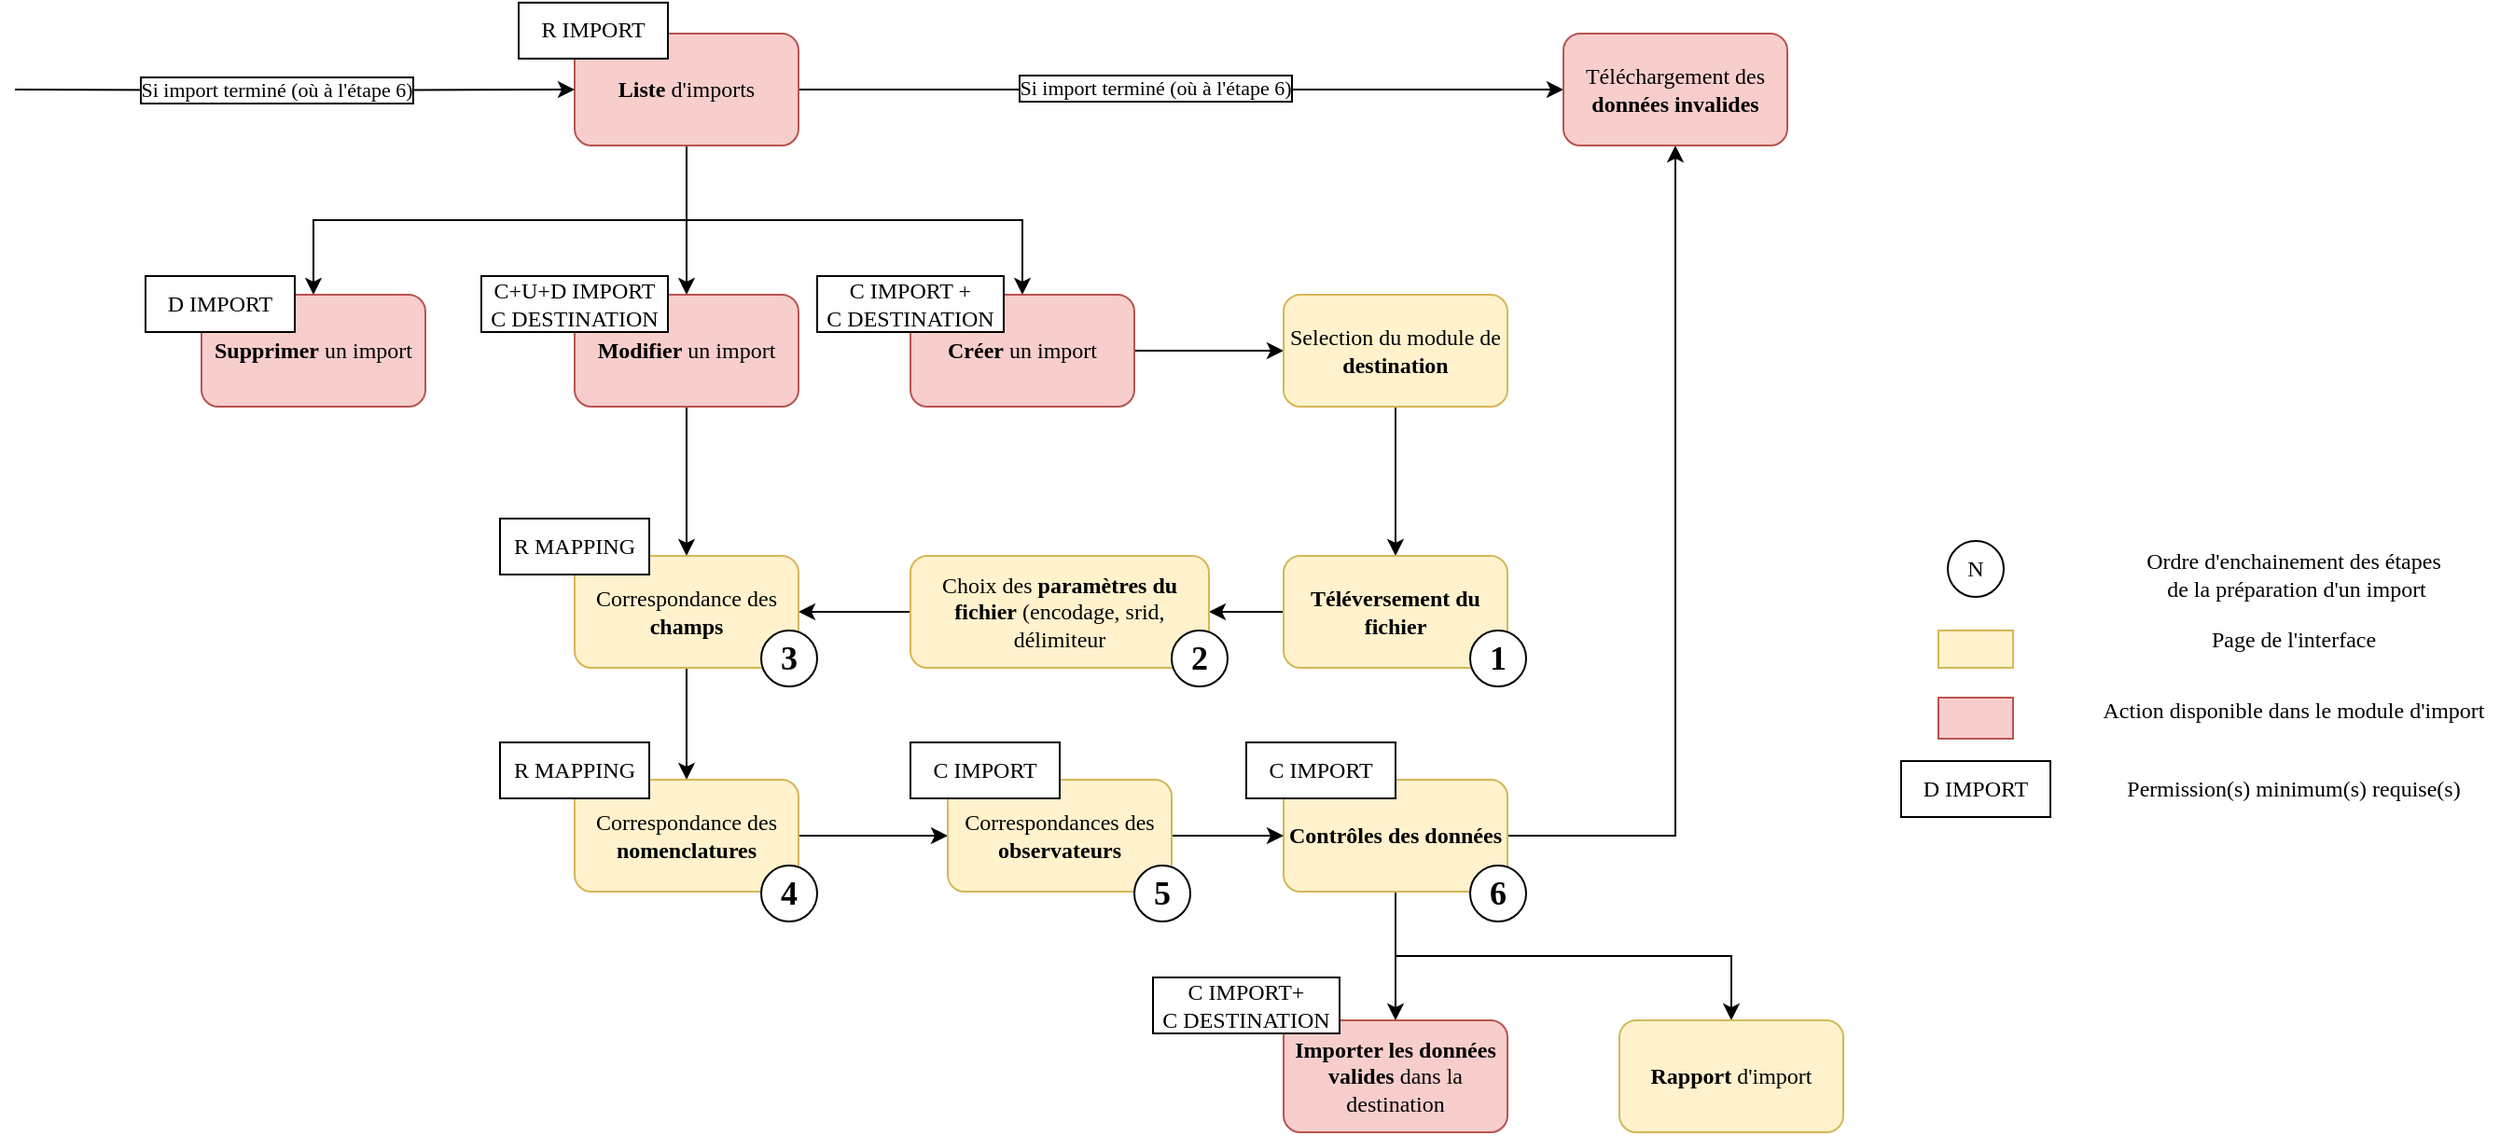
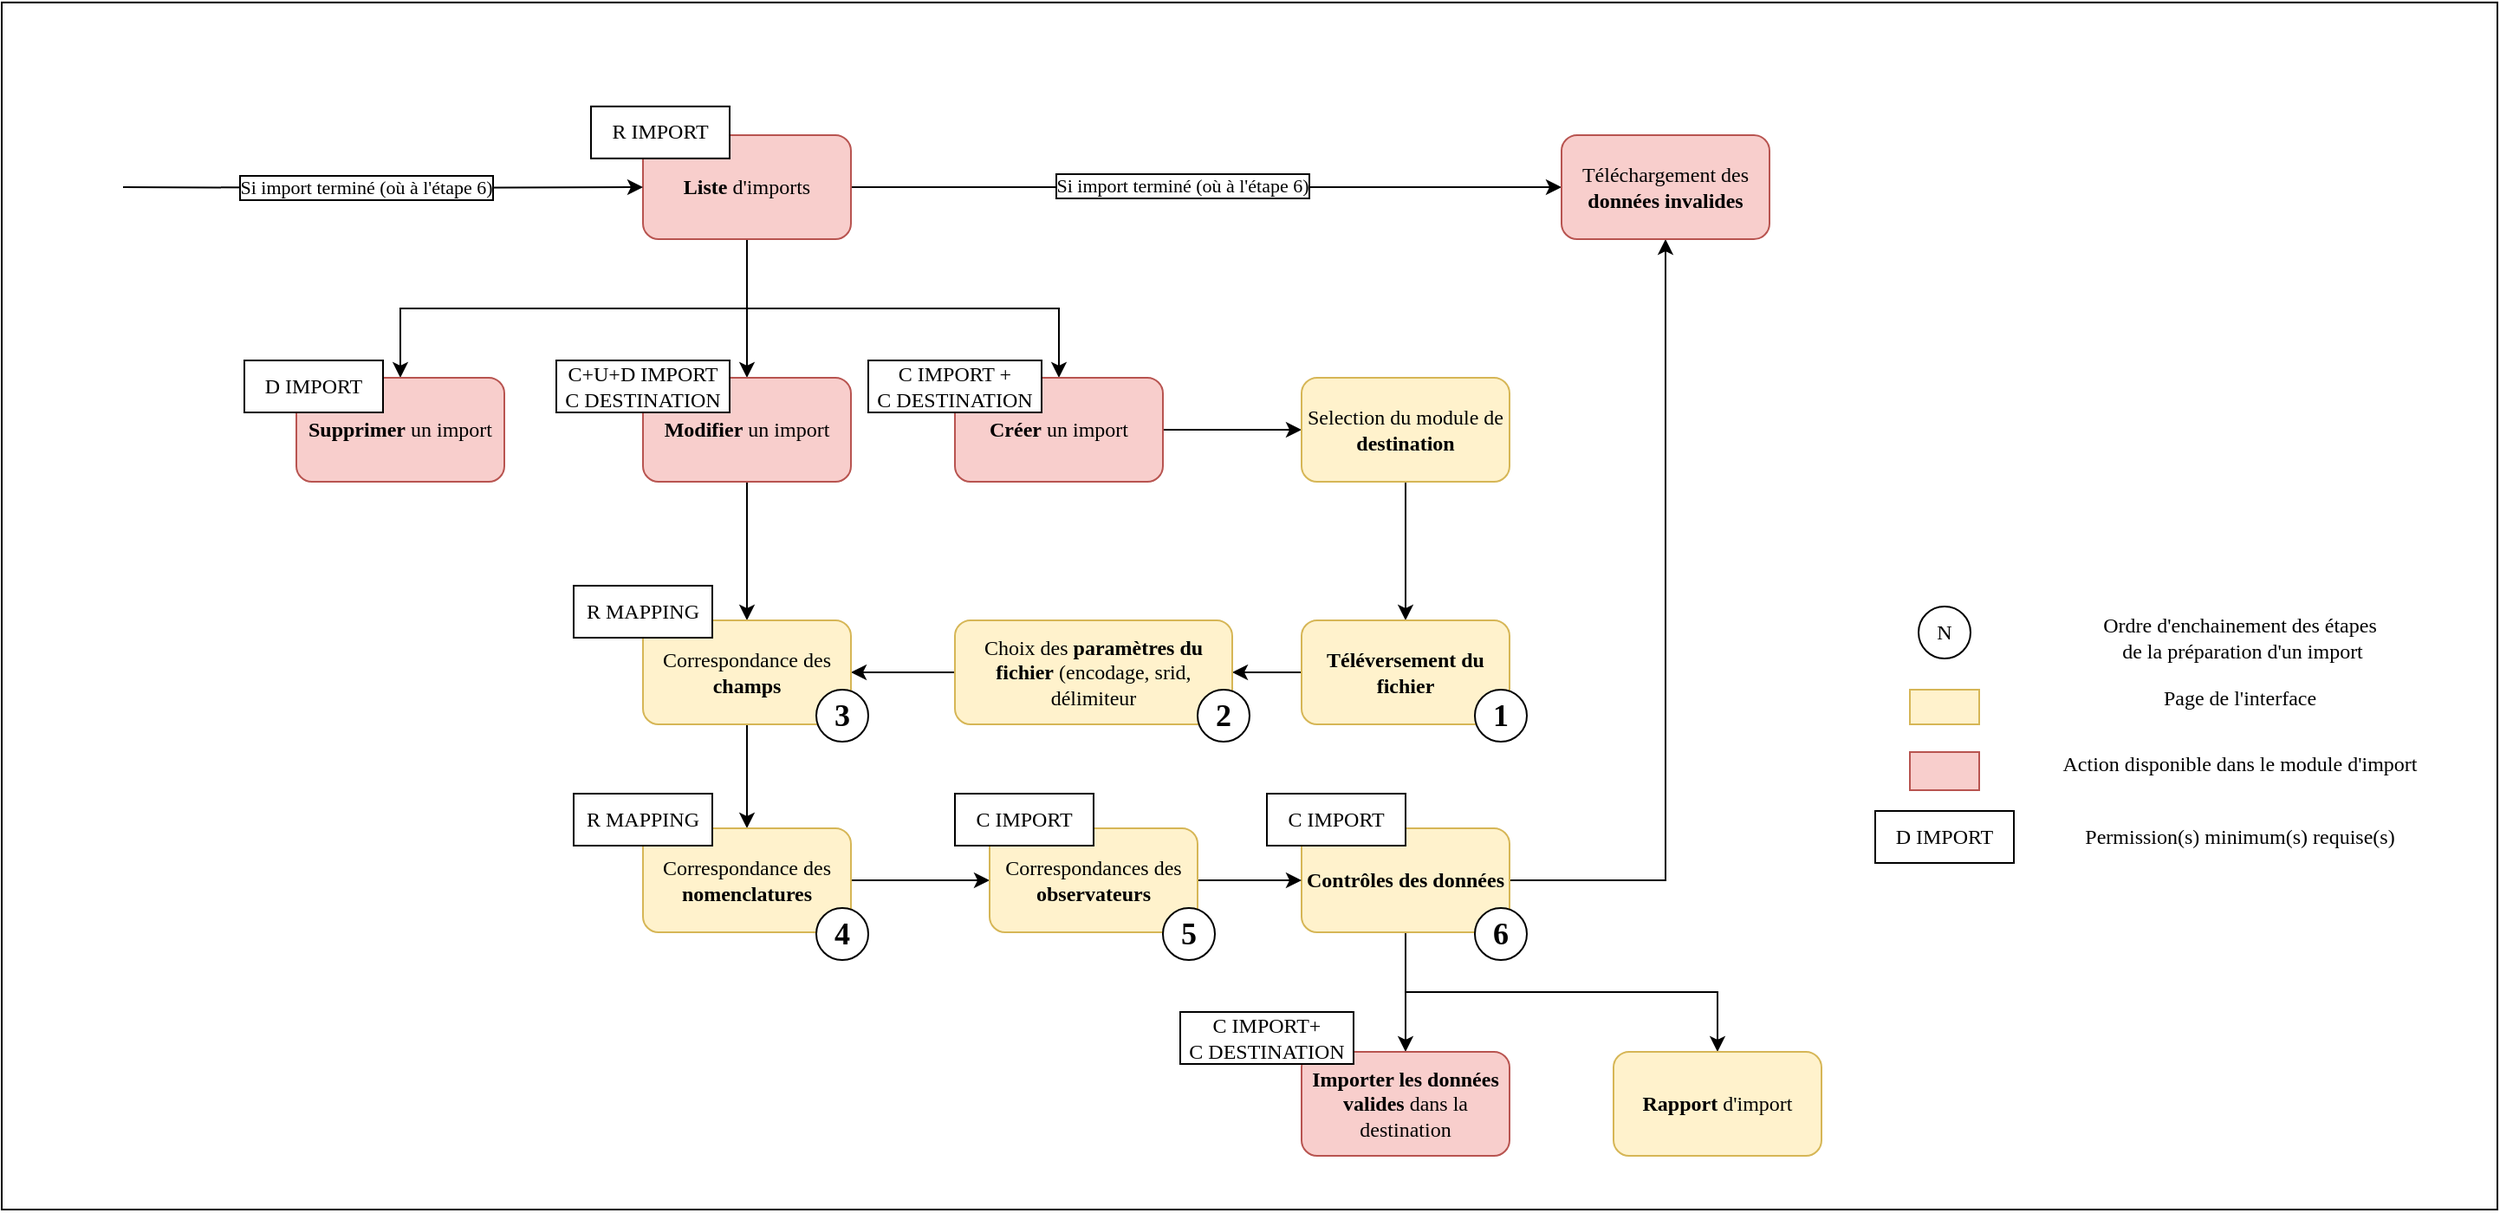
- <mxfile host="Electron" modified="2026-01-08T10:15:53.113Z" agent="Mozilla/5.0 (X11; Linux x86_64) AppleWebKit/537.36 (KHTML, like Gecko) draw.io/24.2.5 Chrome/120.0.6099.109 Electron/28.1.0 Safari/537.36" etag="u29rmzPK5PKaZyWvJxGp" version="24.2.5" type="device">
+ <mxfile host="Electron" modified="2026-01-08T15:01:34.608Z" agent="Mozilla/5.0 (X11; Linux x86_64) AppleWebKit/537.36 (KHTML, like Gecko) draw.io/24.2.5 Chrome/120.0.6099.109 Electron/28.1.0 Safari/537.36" etag="Pqr1VbAL9ijJPpDldwPa" version="24.2.5" type="device">
  <diagram name="Page-1" id="nxB41D-jDEojE_lgidAW">
    <mxGraphModel dx="2514" dy="1100" grid="1" gridSize="10" guides="1" tooltips="1" connect="1" arrows="1" fold="1" page="1" pageScale="1" pageWidth="827" pageHeight="1169" math="0" shadow="0">
      <root>
        <mxCell id="0" />
        <mxCell id="1" parent="0" />
+         <mxCell id="14fbXZj4njXUqAHOYruU-5" value="" style="rounded=0;whiteSpace=wrap;html=1;" vertex="1" parent="1">
+           <mxGeometry x="-170" y="503.42" width="1440" height="696.58" as="geometry" />
+         </mxCell>
        <mxCell id="y0XumdZSYtDTSBpG5wSa-9" style="edgeStyle=orthogonalEdgeStyle;rounded=0;orthogonalLoop=1;jettySize=auto;html=1;exitX=0.5;exitY=1;exitDx=0;exitDy=0;entryX=0.5;entryY=0;entryDx=0;entryDy=0;fontFamily=Afacad;shadow=0;" parent="1" source="y0XumdZSYtDTSBpG5wSa-3" target="y0XumdZSYtDTSBpG5wSa-6" edge="1">
          <mxGeometry relative="1" as="geometry" />
        </mxCell>
        <mxCell id="y0XumdZSYtDTSBpG5wSa-10" style="edgeStyle=orthogonalEdgeStyle;rounded=0;orthogonalLoop=1;jettySize=auto;html=1;exitX=0.5;exitY=1;exitDx=0;exitDy=0;entryX=0.5;entryY=0;entryDx=0;entryDy=0;fontFamily=Afacad;shadow=0;" parent="1" source="y0XumdZSYtDTSBpG5wSa-3" target="y0XumdZSYtDTSBpG5wSa-7" edge="1">
          <mxGeometry relative="1" as="geometry" />
        </mxCell>
        <mxCell id="y0XumdZSYtDTSBpG5wSa-11" style="edgeStyle=orthogonalEdgeStyle;rounded=0;orthogonalLoop=1;jettySize=auto;html=1;exitX=0.5;exitY=1;exitDx=0;exitDy=0;entryX=0.5;entryY=0;entryDx=0;entryDy=0;fontFamily=Afacad;shadow=0;" parent="1" source="y0XumdZSYtDTSBpG5wSa-3" target="y0XumdZSYtDTSBpG5wSa-8" edge="1">
          <mxGeometry relative="1" as="geometry" />
        </mxCell>
        <mxCell id="y0XumdZSYtDTSBpG5wSa-32" style="edgeStyle=orthogonalEdgeStyle;rounded=0;orthogonalLoop=1;jettySize=auto;html=1;exitX=1;exitY=0.5;exitDx=0;exitDy=0;fontFamily=Afacad;shadow=0;" parent="1" source="y0XumdZSYtDTSBpG5wSa-3" target="y0XumdZSYtDTSBpG5wSa-20" edge="1">
          <mxGeometry relative="1" as="geometry" />
        </mxCell>
        <mxCell id="14fbXZj4njXUqAHOYruU-1" value="Si import terminé (où à l&#39;étape 6)" style="edgeLabel;html=1;align=center;verticalAlign=middle;resizable=0;points=[];labelBorderColor=default;fontFamily=Afacad;" vertex="1" connectable="0" parent="y0XumdZSYtDTSBpG5wSa-32">
          <mxGeometry x="-0.0697" y="1" relative="1" as="geometry">
            <mxPoint as="offset" />
          </mxGeometry>
        </mxCell>
        <mxCell id="y0XumdZSYtDTSBpG5wSa-3" value="&lt;b&gt;Liste&lt;/b&gt; d&#39;imports" style="rounded=1;whiteSpace=wrap;html=1;fillColor=#f8cecc;strokeColor=#b85450;fontFamily=Afacad;shadow=0;" parent="1" vertex="1">
          <mxGeometry x="200" y="580" width="120" height="60" as="geometry" />
        </mxCell>
        <mxCell id="y0XumdZSYtDTSBpG5wSa-23" style="edgeStyle=orthogonalEdgeStyle;rounded=0;orthogonalLoop=1;jettySize=auto;html=1;exitX=1;exitY=0.5;exitDx=0;exitDy=0;entryX=0;entryY=0.5;entryDx=0;entryDy=0;fontFamily=Afacad;shadow=0;" parent="1" source="y0XumdZSYtDTSBpG5wSa-6" target="y0XumdZSYtDTSBpG5wSa-12" edge="1">
          <mxGeometry relative="1" as="geometry" />
        </mxCell>
        <mxCell id="y0XumdZSYtDTSBpG5wSa-6" value="&lt;b&gt;Créer&lt;/b&gt; un import" style="rounded=1;whiteSpace=wrap;html=1;fillColor=#f8cecc;strokeColor=#b85450;fontFamily=Afacad;shadow=0;" parent="1" vertex="1">
          <mxGeometry x="380" y="720" width="120" height="60" as="geometry" />
        </mxCell>
        <mxCell id="y0XumdZSYtDTSBpG5wSa-22" style="edgeStyle=orthogonalEdgeStyle;rounded=0;orthogonalLoop=1;jettySize=auto;html=1;exitX=0.5;exitY=1;exitDx=0;exitDy=0;entryX=0.5;entryY=0;entryDx=0;entryDy=0;fontFamily=Afacad;shadow=0;" parent="1" source="y0XumdZSYtDTSBpG5wSa-7" target="y0XumdZSYtDTSBpG5wSa-15" edge="1">
          <mxGeometry relative="1" as="geometry" />
        </mxCell>
        <mxCell id="y0XumdZSYtDTSBpG5wSa-7" value="&lt;b&gt;Modifier&lt;/b&gt; un import" style="rounded=1;whiteSpace=wrap;html=1;fillColor=#f8cecc;strokeColor=#b85450;fontFamily=Afacad;shadow=0;" parent="1" vertex="1">
          <mxGeometry x="200" y="720" width="120" height="60" as="geometry" />
        </mxCell>
        <mxCell id="y0XumdZSYtDTSBpG5wSa-8" value="&lt;b&gt;Supprimer&lt;/b&gt; un import" style="rounded=1;whiteSpace=wrap;html=1;fillColor=#f8cecc;strokeColor=#b85450;fontFamily=Afacad;shadow=0;" parent="1" vertex="1">
          <mxGeometry y="720" width="120" height="60" as="geometry" />
        </mxCell>
        <mxCell id="y0XumdZSYtDTSBpG5wSa-24" style="edgeStyle=orthogonalEdgeStyle;rounded=0;orthogonalLoop=1;jettySize=auto;html=1;exitX=0.5;exitY=1;exitDx=0;exitDy=0;entryX=0.5;entryY=0;entryDx=0;entryDy=0;fontFamily=Afacad;shadow=0;" parent="1" source="y0XumdZSYtDTSBpG5wSa-12" target="y0XumdZSYtDTSBpG5wSa-13" edge="1">
          <mxGeometry relative="1" as="geometry" />
        </mxCell>
        <mxCell id="y0XumdZSYtDTSBpG5wSa-12" value="Selection du module de &lt;b&gt;destination&lt;/b&gt;" style="rounded=1;whiteSpace=wrap;html=1;fillColor=#fff2cc;strokeColor=#d6b656;fontFamily=Afacad;shadow=0;" parent="1" vertex="1">
          <mxGeometry x="580" y="720" width="120" height="60" as="geometry" />
        </mxCell>
        <mxCell id="y0XumdZSYtDTSBpG5wSa-25" style="edgeStyle=orthogonalEdgeStyle;rounded=0;orthogonalLoop=1;jettySize=auto;html=1;exitX=0;exitY=0.5;exitDx=0;exitDy=0;entryX=1;entryY=0.5;entryDx=0;entryDy=0;fontFamily=Afacad;shadow=0;" parent="1" source="y0XumdZSYtDTSBpG5wSa-13" target="y0XumdZSYtDTSBpG5wSa-14" edge="1">
          <mxGeometry relative="1" as="geometry" />
        </mxCell>
        <mxCell id="y0XumdZSYtDTSBpG5wSa-13" value="&lt;b&gt;Téléversement du fichier&lt;/b&gt;" style="rounded=1;whiteSpace=wrap;html=1;fillColor=#fff2cc;strokeColor=#d6b656;fontFamily=Afacad;shadow=0;" parent="1" vertex="1">
          <mxGeometry x="580" y="860" width="120" height="60" as="geometry" />
        </mxCell>
        <mxCell id="y0XumdZSYtDTSBpG5wSa-26" style="edgeStyle=orthogonalEdgeStyle;rounded=0;orthogonalLoop=1;jettySize=auto;html=1;exitX=0;exitY=0.5;exitDx=0;exitDy=0;entryX=1;entryY=0.5;entryDx=0;entryDy=0;fontFamily=Afacad;shadow=0;" parent="1" source="y0XumdZSYtDTSBpG5wSa-14" target="y0XumdZSYtDTSBpG5wSa-15" edge="1">
          <mxGeometry relative="1" as="geometry" />
        </mxCell>
        <mxCell id="y0XumdZSYtDTSBpG5wSa-14" value="Choix des &lt;b&gt;paramètres du fichier&lt;/b&gt; (encodage, srid, délimiteur" style="rounded=1;whiteSpace=wrap;html=1;fillColor=#fff2cc;strokeColor=#d6b656;fontFamily=Afacad;shadow=0;" parent="1" vertex="1">
          <mxGeometry x="380" y="860" width="160" height="60" as="geometry" />
        </mxCell>
        <mxCell id="y0XumdZSYtDTSBpG5wSa-27" style="edgeStyle=orthogonalEdgeStyle;rounded=0;orthogonalLoop=1;jettySize=auto;html=1;exitX=0.5;exitY=1;exitDx=0;exitDy=0;entryX=0.5;entryY=0;entryDx=0;entryDy=0;fontFamily=Afacad;shadow=0;" parent="1" source="y0XumdZSYtDTSBpG5wSa-15" target="y0XumdZSYtDTSBpG5wSa-16" edge="1">
          <mxGeometry relative="1" as="geometry" />
        </mxCell>
        <mxCell id="y0XumdZSYtDTSBpG5wSa-15" value="Correspondance des &lt;b&gt;champs&lt;/b&gt;" style="rounded=1;whiteSpace=wrap;html=1;fillColor=#fff2cc;strokeColor=#d6b656;fontFamily=Afacad;shadow=0;" parent="1" vertex="1">
          <mxGeometry x="200" y="860" width="120" height="60" as="geometry" />
        </mxCell>
        <mxCell id="y0XumdZSYtDTSBpG5wSa-28" style="edgeStyle=orthogonalEdgeStyle;rounded=0;orthogonalLoop=1;jettySize=auto;html=1;exitX=1;exitY=0.5;exitDx=0;exitDy=0;entryX=0;entryY=0.5;entryDx=0;entryDy=0;fontFamily=Afacad;shadow=0;" parent="1" source="y0XumdZSYtDTSBpG5wSa-16" target="y0XumdZSYtDTSBpG5wSa-21" edge="1">
          <mxGeometry relative="1" as="geometry" />
        </mxCell>
        <mxCell id="y0XumdZSYtDTSBpG5wSa-16" value="Correspondance des &lt;b&gt;nomenclatures&lt;/b&gt;" style="rounded=1;whiteSpace=wrap;html=1;fillColor=#fff2cc;strokeColor=#d6b656;fontFamily=Afacad;shadow=0;" parent="1" vertex="1">
          <mxGeometry x="200" y="980" width="120" height="60" as="geometry" />
        </mxCell>
        <mxCell id="y0XumdZSYtDTSBpG5wSa-30" style="edgeStyle=orthogonalEdgeStyle;rounded=0;orthogonalLoop=1;jettySize=auto;html=1;exitX=0.5;exitY=1;exitDx=0;exitDy=0;entryX=0.5;entryY=0;entryDx=0;entryDy=0;fontFamily=Afacad;shadow=0;" parent="1" source="y0XumdZSYtDTSBpG5wSa-17" target="y0XumdZSYtDTSBpG5wSa-18" edge="1">
          <mxGeometry relative="1" as="geometry" />
        </mxCell>
        <mxCell id="y0XumdZSYtDTSBpG5wSa-31" style="edgeStyle=orthogonalEdgeStyle;rounded=0;orthogonalLoop=1;jettySize=auto;html=1;exitX=0.5;exitY=1;exitDx=0;exitDy=0;entryX=0.5;entryY=0;entryDx=0;entryDy=0;fontFamily=Afacad;shadow=0;" parent="1" source="y0XumdZSYtDTSBpG5wSa-17" target="y0XumdZSYtDTSBpG5wSa-19" edge="1">
          <mxGeometry relative="1" as="geometry" />
        </mxCell>
        <mxCell id="y0XumdZSYtDTSBpG5wSa-33" style="edgeStyle=orthogonalEdgeStyle;rounded=0;orthogonalLoop=1;jettySize=auto;html=1;exitX=1;exitY=0.5;exitDx=0;exitDy=0;entryX=0.5;entryY=1;entryDx=0;entryDy=0;fontFamily=Afacad;shadow=0;" parent="1" source="y0XumdZSYtDTSBpG5wSa-17" target="y0XumdZSYtDTSBpG5wSa-20" edge="1">
          <mxGeometry relative="1" as="geometry" />
        </mxCell>
        <mxCell id="y0XumdZSYtDTSBpG5wSa-17" value="&lt;b&gt;Contrôles des données&lt;/b&gt;" style="rounded=1;whiteSpace=wrap;html=1;fillColor=#fff2cc;strokeColor=#d6b656;fontFamily=Afacad;shadow=0;" parent="1" vertex="1">
          <mxGeometry x="580" y="980" width="120" height="60" as="geometry" />
        </mxCell>
        <mxCell id="y0XumdZSYtDTSBpG5wSa-18" value="&lt;b&gt;Importer les données valides&lt;/b&gt; dans la destination" style="rounded=1;whiteSpace=wrap;html=1;fillColor=#f8cecc;strokeColor=#b85450;fontFamily=Afacad;shadow=0;" parent="1" vertex="1">
          <mxGeometry x="580" y="1109" width="120" height="60" as="geometry" />
        </mxCell>
        <mxCell id="y0XumdZSYtDTSBpG5wSa-19" value="&lt;b&gt;Rapport&lt;/b&gt; d&#39;import" style="rounded=1;whiteSpace=wrap;html=1;fillColor=#fff2cc;strokeColor=#d6b656;fontFamily=Afacad;shadow=0;" parent="1" vertex="1">
          <mxGeometry x="760" y="1109" width="120" height="60" as="geometry" />
        </mxCell>
        <mxCell id="y0XumdZSYtDTSBpG5wSa-20" value="Téléchargement des &lt;b&gt;données invalides&lt;/b&gt;" style="rounded=1;whiteSpace=wrap;html=1;fillColor=#f8cecc;strokeColor=#b85450;fontFamily=Afacad;shadow=0;" parent="1" vertex="1">
          <mxGeometry x="730" y="580" width="120" height="60" as="geometry" />
        </mxCell>
        <mxCell id="y0XumdZSYtDTSBpG5wSa-29" style="edgeStyle=orthogonalEdgeStyle;rounded=0;orthogonalLoop=1;jettySize=auto;html=1;exitX=1;exitY=0.5;exitDx=0;exitDy=0;entryX=0;entryY=0.5;entryDx=0;entryDy=0;fontFamily=Afacad;shadow=0;" parent="1" source="y0XumdZSYtDTSBpG5wSa-21" target="y0XumdZSYtDTSBpG5wSa-17" edge="1">
          <mxGeometry relative="1" as="geometry" />
        </mxCell>
        <mxCell id="y0XumdZSYtDTSBpG5wSa-21" value="Correspondances des &lt;b&gt;observateurs&lt;/b&gt;" style="rounded=1;whiteSpace=wrap;html=1;fillColor=#fff2cc;strokeColor=#d6b656;fontFamily=Afacad;shadow=0;" parent="1" vertex="1">
          <mxGeometry x="400" y="980" width="120" height="60" as="geometry" />
        </mxCell>
        <mxCell id="y0XumdZSYtDTSBpG5wSa-34" value="N" style="ellipse;whiteSpace=wrap;html=1;fontFamily=Afacad;shadow=0;" parent="1" vertex="1">
          <mxGeometry x="936" y="852" width="30" height="30" as="geometry" />
        </mxCell>
        <mxCell id="y0XumdZSYtDTSBpG5wSa-35" value="Ordre d&#39;enchainement des étapes&lt;div&gt;&amp;nbsp;de la préparation d&#39;un import&lt;/div&gt;" style="text;html=1;align=center;verticalAlign=middle;resizable=0;points=[];autosize=1;strokeColor=none;fillColor=none;fontFamily=Afacad;shadow=0;" parent="1" vertex="1">
          <mxGeometry x="1031" y="850" width="180" height="40" as="geometry" />
        </mxCell>
        <mxCell id="y0XumdZSYtDTSBpG5wSa-36" value="Page de l&#39;interface" style="text;html=1;align=center;verticalAlign=middle;resizable=0;points=[];autosize=1;strokeColor=none;fillColor=none;fontFamily=Afacad;shadow=0;" parent="1" vertex="1">
          <mxGeometry x="1066" y="890" width="110" height="30" as="geometry" />
        </mxCell>
        <mxCell id="y0XumdZSYtDTSBpG5wSa-37" value="Action disponible dans le module d&#39;import" style="text;html=1;align=center;verticalAlign=middle;resizable=0;points=[];autosize=1;strokeColor=none;fillColor=none;fontFamily=Afacad;shadow=0;" parent="1" vertex="1">
          <mxGeometry x="1011" y="928" width="220" height="30" as="geometry" />
        </mxCell>
        <mxCell id="y0XumdZSYtDTSBpG5wSa-40" value="Permission(s) minimum(s) requise(s)" style="text;html=1;align=center;verticalAlign=middle;resizable=0;points=[];autosize=1;strokeColor=none;fillColor=none;fontFamily=Afacad;shadow=0;" parent="1" vertex="1">
          <mxGeometry x="1021" y="970" width="200" height="30" as="geometry" />
        </mxCell>
        <mxCell id="y0XumdZSYtDTSBpG5wSa-41" value="" style="whiteSpace=wrap;html=1;fillColor=#fff2cc;strokeColor=#d6b656;fontFamily=Afacad;shadow=0;" parent="1" vertex="1">
          <mxGeometry x="931" y="900" width="40" height="20" as="geometry" />
        </mxCell>
        <mxCell id="y0XumdZSYtDTSBpG5wSa-43" value="" style="whiteSpace=wrap;html=1;fillColor=#f8cecc;strokeColor=#b85450;fontFamily=Afacad;shadow=0;" parent="1" vertex="1">
          <mxGeometry x="931" y="936" width="40" height="22" as="geometry" />
        </mxCell>
        <mxCell id="y0XumdZSYtDTSBpG5wSa-44" value="D IMPORT" style="whiteSpace=wrap;html=1;fontFamily=Afacad;shadow=0;" parent="1" vertex="1">
          <mxGeometry x="911" y="970" width="80" height="30" as="geometry" />
        </mxCell>
        <mxCell id="y0XumdZSYtDTSBpG5wSa-45" value="R IMPORT" style="whiteSpace=wrap;html=1;fontFamily=Afacad;shadow=0;" parent="1" vertex="1">
          <mxGeometry x="170" y="563.42" width="80" height="30" as="geometry" />
        </mxCell>
        <mxCell id="y0XumdZSYtDTSBpG5wSa-46" value="D IMPORT" style="whiteSpace=wrap;html=1;fontFamily=Afacad;shadow=0;" parent="1" vertex="1">
          <mxGeometry x="-30" y="710" width="80" height="30" as="geometry" />
        </mxCell>
        <mxCell id="y0XumdZSYtDTSBpG5wSa-47" value="C+U+D IMPORT&lt;div&gt;C DESTINATION&lt;/div&gt;" style="whiteSpace=wrap;html=1;fontFamily=Afacad;shadow=0;" parent="1" vertex="1">
          <mxGeometry x="150" y="710" width="100" height="30" as="geometry" />
        </mxCell>
        <mxCell id="y0XumdZSYtDTSBpG5wSa-48" value="C IMPORT +&lt;br&gt;C DESTINATION" style="whiteSpace=wrap;html=1;fontFamily=Afacad;shadow=0;" parent="1" vertex="1">
          <mxGeometry x="330" y="710" width="100" height="30" as="geometry" />
        </mxCell>
        <mxCell id="y0XumdZSYtDTSBpG5wSa-49" value="R MAPPING" style="whiteSpace=wrap;html=1;fontFamily=Afacad;shadow=0;" parent="1" vertex="1">
          <mxGeometry x="160" y="840" width="80" height="30" as="geometry" />
        </mxCell>
        <mxCell id="y0XumdZSYtDTSBpG5wSa-50" value="R MAPPING" style="whiteSpace=wrap;html=1;fontFamily=Afacad;shadow=0;" parent="1" vertex="1">
          <mxGeometry x="160" y="960" width="80" height="30" as="geometry" />
        </mxCell>
        <mxCell id="y0XumdZSYtDTSBpG5wSa-51" value="1" style="ellipse;whiteSpace=wrap;html=1;fontStyle=1;fontSize=18;fontFamily=Afacad;shadow=0;" parent="1" vertex="1">
          <mxGeometry x="680" y="900" width="30" height="30" as="geometry" />
        </mxCell>
        <mxCell id="y0XumdZSYtDTSBpG5wSa-52" value="2" style="ellipse;whiteSpace=wrap;html=1;fontStyle=1;fontSize=18;fontFamily=Afacad;shadow=0;" parent="1" vertex="1">
          <mxGeometry x="520" y="900" width="30" height="30" as="geometry" />
        </mxCell>
        <mxCell id="y0XumdZSYtDTSBpG5wSa-53" value="3" style="ellipse;whiteSpace=wrap;html=1;fontStyle=1;fontSize=18;fontFamily=Afacad;shadow=0;" parent="1" vertex="1">
          <mxGeometry x="300" y="900" width="30" height="30" as="geometry" />
        </mxCell>
        <mxCell id="y0XumdZSYtDTSBpG5wSa-54" value="4" style="ellipse;whiteSpace=wrap;html=1;fontStyle=1;fontSize=18;fontFamily=Afacad;shadow=0;" parent="1" vertex="1">
          <mxGeometry x="300" y="1026" width="30" height="30" as="geometry" />
        </mxCell>
        <mxCell id="y0XumdZSYtDTSBpG5wSa-55" value="5" style="ellipse;whiteSpace=wrap;html=1;fontStyle=1;fontSize=18;fontFamily=Afacad;shadow=0;" parent="1" vertex="1">
          <mxGeometry x="500" y="1026" width="30" height="30" as="geometry" />
        </mxCell>
        <mxCell id="y0XumdZSYtDTSBpG5wSa-56" value="C IMPORT" style="whiteSpace=wrap;html=1;fontFamily=Afacad;shadow=0;" parent="1" vertex="1">
          <mxGeometry x="380" y="960" width="80" height="30" as="geometry" />
        </mxCell>
        <mxCell id="y0XumdZSYtDTSBpG5wSa-57" value="C IMPORT+&lt;br&gt;C DESTINATION" style="whiteSpace=wrap;html=1;fontFamily=Afacad;shadow=0;" parent="1" vertex="1">
          <mxGeometry x="510" y="1086" width="100" height="30" as="geometry" />
        </mxCell>
        <mxCell id="y0XumdZSYtDTSBpG5wSa-58" value="C IMPORT" style="whiteSpace=wrap;html=1;fontFamily=Afacad;shadow=0;" parent="1" vertex="1">
          <mxGeometry x="560" y="960" width="80" height="30" as="geometry" />
        </mxCell>
        <mxCell id="y0XumdZSYtDTSBpG5wSa-59" value="6" style="ellipse;whiteSpace=wrap;html=1;fontStyle=1;fontSize=18;fontFamily=Afacad;shadow=0;" parent="1" vertex="1">
          <mxGeometry x="680" y="1026" width="30" height="30" as="geometry" />
        </mxCell>
        <mxCell id="14fbXZj4njXUqAHOYruU-2" style="edgeStyle=orthogonalEdgeStyle;rounded=0;orthogonalLoop=1;jettySize=auto;html=1;fontFamily=Afacad;shadow=0;entryX=0;entryY=0.5;entryDx=0;entryDy=0;" edge="1" parent="1" target="y0XumdZSYtDTSBpG5wSa-3">
          <mxGeometry relative="1" as="geometry">
            <mxPoint x="-100" y="610" as="sourcePoint" />
            <mxPoint x="160" y="620" as="targetPoint" />
          </mxGeometry>
        </mxCell>
        <mxCell id="14fbXZj4njXUqAHOYruU-3" value="Si import terminé (où à l&#39;étape 6)" style="edgeLabel;html=1;align=center;verticalAlign=middle;resizable=0;points=[];labelBorderColor=default;fontFamily=Afacad;" vertex="1" connectable="0" parent="14fbXZj4njXUqAHOYruU-2">
          <mxGeometry x="-0.0697" y="1" relative="1" as="geometry">
            <mxPoint as="offset" />
          </mxGeometry>
        </mxCell>
      </root>
    </mxGraphModel>
  </diagram>
</mxfile>
